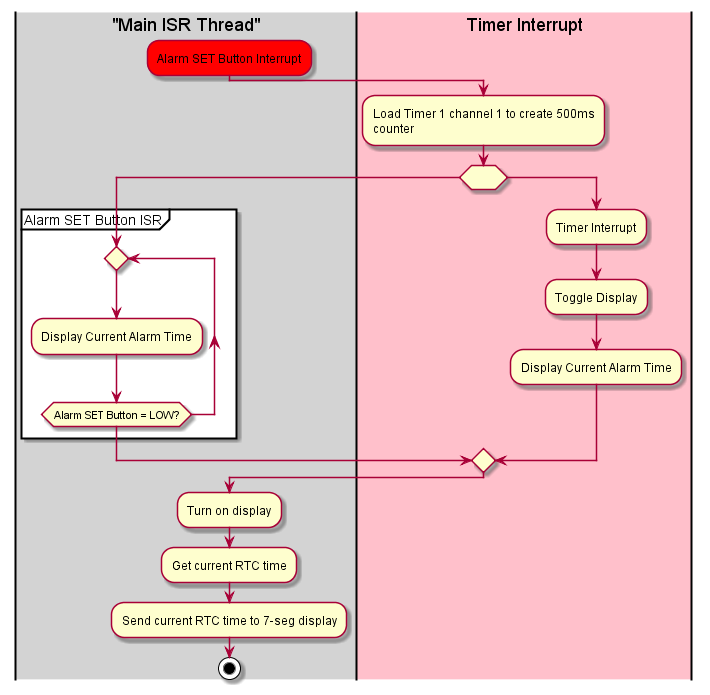
Markahofmeister/sinking-clock keeps this PlantUML diagram as figures/flowcharts/state-machine_alarm-SET-button-interrupt-v1.png. Above is the earlier version. Its diagram source:
```plantuml
@startuml

|#lightgray|"Main ISR Thread"|
  #Red:Alarm SET Button Interrupt;
|#pink|Timer Interrupt|
  :Load Timer 1 channel 1 to create 500ms
counter;
    if ( ) then ( )
|#lightgray|"Main ISR Thread"|
  partition "Alarm SET Button ISR" {
  repeat
    :Display Current Alarm Time;
  repeat while (Alarm SET Button = LOW?)
  }
|#pink|Timer Interrupt|
  else
    :Timer Interrupt;
    :Toggle Display;
    :Display Current Alarm Time;

|#lightgray|"Main ISR Thread"|
   endif
  :Turn on display;
  :Get current RTC time;
  :Send current RTC time to 7-seg display;

stop
@enduml
```
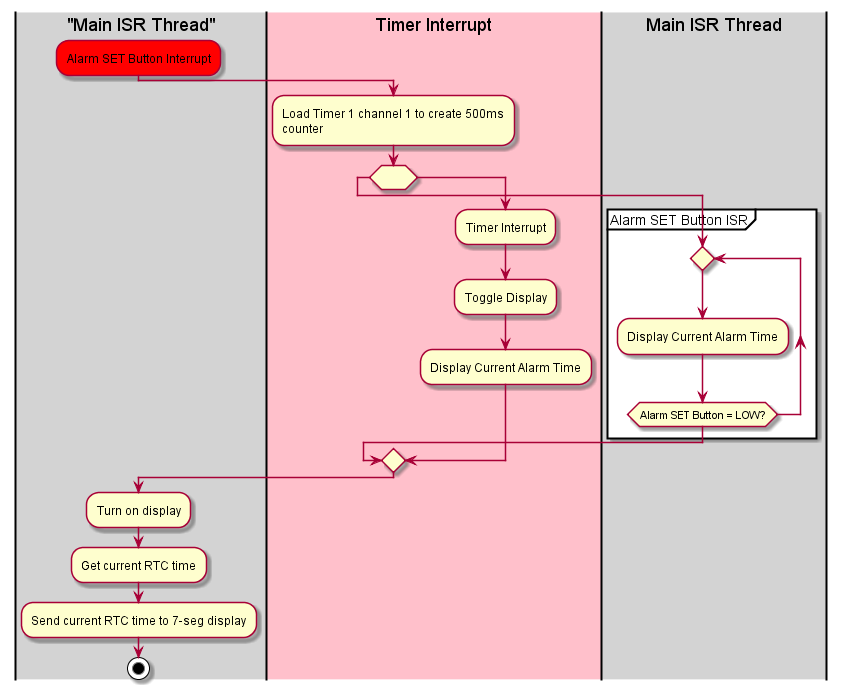
Later version of the same file.

Change to the diagram source:
```diff
@@ -6,7 +6,7 @@
   :Load Timer 1 channel 1 to create 500ms
 counter;
     if ( ) then ( )
-|#lightgray|"Main ISR Thread"|
+|#lightgray|Main ISR Thread|
   partition "Alarm SET Button ISR" {
   repeat
     :Display Current Alarm Time;
```
